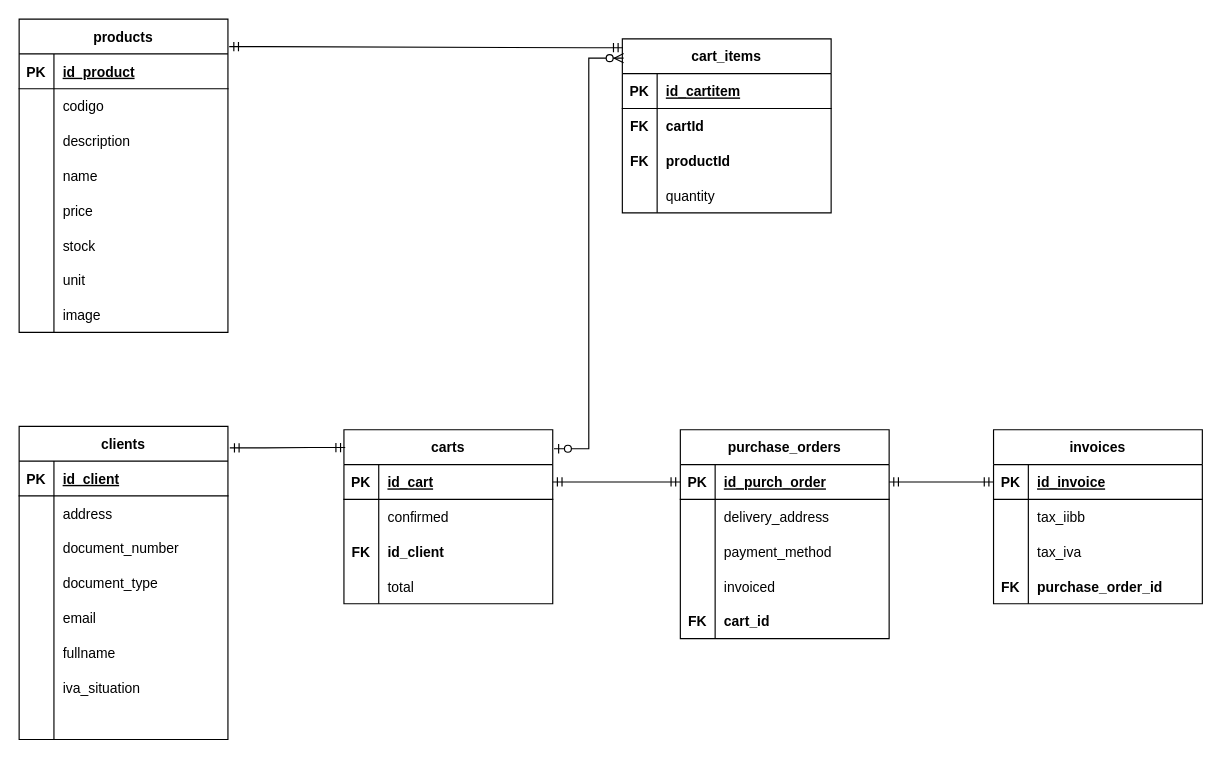
Earlier version of the draw.io diagram schema.drawio (Iwinslow/springEcommerce). Source tidied: cells renumbered, new cells numbered last; positions are measured from the earlier drawing's top-left corner, leaving out a move shared by most shapes. Both pictures are drawn from the tidied source at 116%, with x=0, y=0 at pixel (19, 19).
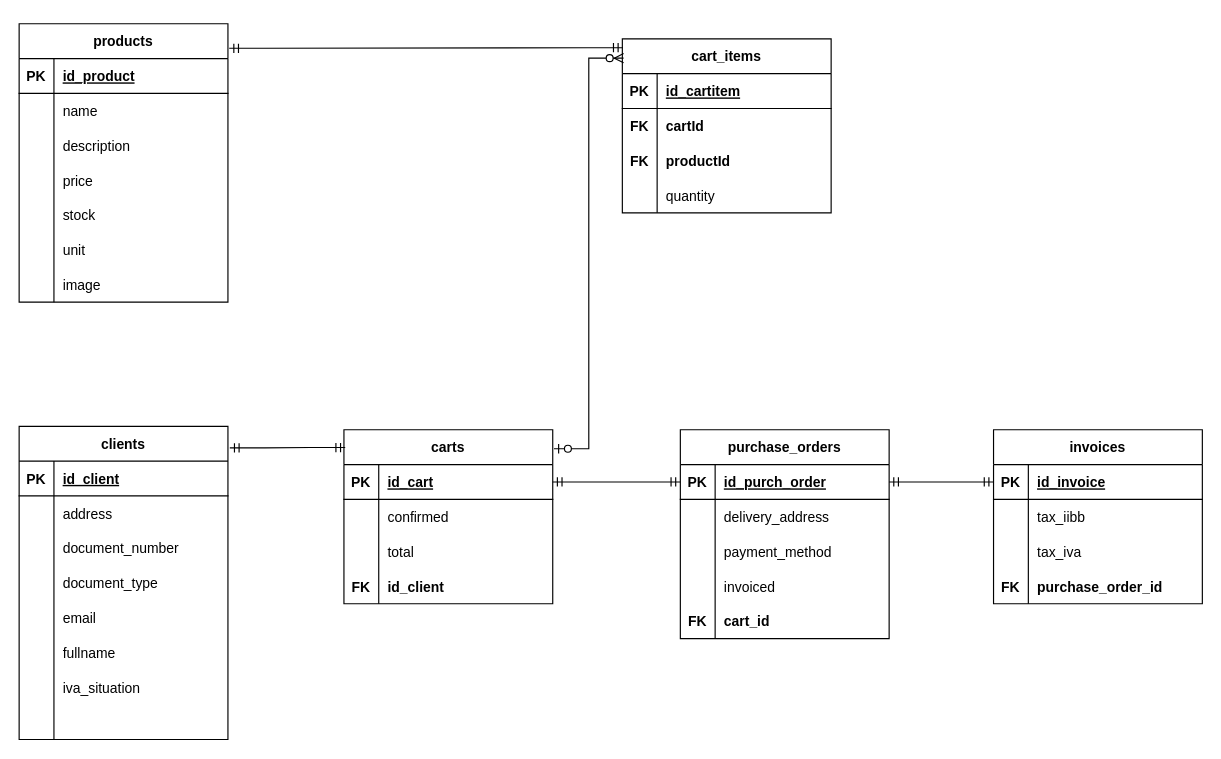
The same diagram, later.

The change refers to these unchanged cells:
```xml
<mxCell id="59" style="shape=tableRow;horizontal=0;startSize=0;swimlaneHead=0;swimlaneBody=0;fillColor=none;top=0;left=0;right=0;bottom=0;" parent="52" vertex="1">
  <mxGeometry y="90" width="180" height="30" as="geometry" />
</mxCell>
<mxCell id="62" style="shape=tableRow;horizontal=0;startSize=0;swimlaneHead=0;swimlaneBody=0;fillColor=none;top=0;left=0;right=0;bottom=0;" parent="52" vertex="1">
  <mxGeometry y="120" width="180" height="30" as="geometry" />
</mxCell>
```

Diff of the diagram source:
```diff
@@
     <mxCell id="2" value="products" style="shape=table;startSize=30;childLayout=tableLayout;rowLines=0;fontStyle=1;align=center;" parent="1" vertex="1">
-      <mxGeometry width="180" height="270" as="geometry" />
+      <mxGeometry y="4" width="180" height="240" as="geometry" />
     </mxCell>
@@
-    <mxCell id="6" style="shape=tableRow;horizontal=0;startSize=0;swimlaneHead=0;swimlaneBody=0;fillColor=none;top=0;left=0;right=0;bottom=0;" parent="2" vertex="1">
-      <mxGeometry y="60" width="180" height="30" as="geometry" />
-    </mxCell>
-    <mxCell id="7" style="shape=partialRectangle;fillColor=none;top=0;left=0;bottom=0;right=0;overflow=hidden;" parent="6" vertex="1">
-      <mxGeometry width="30" height="30" as="geometry" />
-    </mxCell>
-    <mxCell id="8" value="codigo" style="shape=partialRectangle;fillColor=none;top=0;left=0;bottom=0;right=0;align=left;spacingLeft=6;overflow=hidden;" parent="6" vertex="1">
-      <mxGeometry x="30" width="150" height="30" as="geometry" />
-    </mxCell>
     <mxCell id="9" style="shape=tableRow;horizontal=0;startSize=0;swimlaneHead=0;swimlaneBody=0;fillColor=none;top=0;left=0;right=0;bottom=0;" parent="2" vertex="1">
-      <mxGeometry y="90" width="180" height="30" as="geometry" />
+      <mxGeometry y="60" width="180" height="30" as="geometry" />
     </mxCell>
@@
-    <mxCell id="11" value="description" style="shape=partialRectangle;fillColor=none;top=0;left=0;bottom=0;right=0;align=left;spacingLeft=6;overflow=hidden;" parent="9" vertex="1">
+    <mxCell id="11" value="name" style="shape=partialRectangle;fillColor=none;top=0;left=0;bottom=0;right=0;align=left;spacingLeft=6;overflow=hidden;" parent="9" vertex="1">
       <mxGeometry x="30" width="150" height="30" as="geometry" />
     </mxCell>
     <mxCell id="12" style="shape=tableRow;horizontal=0;startSize=0;swimlaneHead=0;swimlaneBody=0;fillColor=none;top=0;left=0;right=0;bottom=0;" parent="2" vertex="1">
-      <mxGeometry y="120" width="180" height="30" as="geometry" />
+      <mxGeometry y="90" width="180" height="30" as="geometry" />
     </mxCell>
@@
-    <mxCell id="14" value="name" style="shape=partialRectangle;fillColor=none;top=0;left=0;bottom=0;right=0;align=left;spacingLeft=6;overflow=hidden;" parent="12" vertex="1">
+    <mxCell id="14" value="description" style="shape=partialRectangle;fillColor=none;top=0;left=0;bottom=0;right=0;align=left;spacingLeft=6;overflow=hidden;" parent="12" vertex="1">
       <mxGeometry x="30" width="150" height="30" as="geometry" />
     </mxCell>
     <mxCell id="15" style="shape=tableRow;horizontal=0;startSize=0;swimlaneHead=0;swimlaneBody=0;fillColor=none;top=0;left=0;right=0;bottom=0;" parent="2" vertex="1">
-      <mxGeometry y="150" width="180" height="30" as="geometry" />
+      <mxGeometry y="120" width="180" height="30" as="geometry" />
     </mxCell>
@@
     <mxCell id="18" style="shape=tableRow;horizontal=0;startSize=0;swimlaneHead=0;swimlaneBody=0;fillColor=none;top=0;left=0;right=0;bottom=0;" parent="2" vertex="1">
-      <mxGeometry y="180" width="180" height="30" as="geometry" />
+      <mxGeometry y="150" width="180" height="30" as="geometry" />
     </mxCell>
@@
     <mxCell id="21" style="shape=tableRow;horizontal=0;startSize=0;swimlaneHead=0;swimlaneBody=0;fillColor=none;top=0;left=0;right=0;bottom=0;" parent="2" vertex="1">
-      <mxGeometry y="210" width="180" height="30" as="geometry" />
+      <mxGeometry y="180" width="180" height="30" as="geometry" />
     </mxCell>
@@
     <mxCell id="24" style="shape=tableRow;horizontal=0;startSize=0;swimlaneHead=0;swimlaneBody=0;fillColor=none;top=0;left=0;right=0;bottom=0;" parent="2" vertex="1">
-      <mxGeometry y="240" width="180" height="30" as="geometry" />
+      <mxGeometry y="210" width="180" height="30" as="geometry" />
     </mxCell>
@@
-    <mxCell id="60" value="FK" style="shape=partialRectangle;fillColor=none;top=0;left=0;bottom=0;right=0;overflow=hidden;fontStyle=1;" parent="59" vertex="1">
+    <mxCell id="60" style="shape=partialRectangle;fillColor=none;top=0;left=0;bottom=0;right=0;overflow=hidden;fontStyle=1;" parent="59" vertex="1">
       <mxGeometry width="30" height="30" as="geometry" />
     </mxCell>
-    <mxCell id="61" value="id_client" style="shape=partialRectangle;fillColor=none;top=0;left=0;bottom=0;right=0;align=left;spacingLeft=6;overflow=hidden;fontStyle=1;" parent="59" vertex="1">
+    <mxCell id="61" value="total" style="shape=partialRectangle;fillColor=none;top=0;left=0;bottom=0;right=0;align=left;spacingLeft=6;overflow=hidden;fontStyle=0;" parent="59" vertex="1">
       <mxGeometry x="30" width="150" height="30" as="geometry" />
     </mxCell>
@@
-    <mxCell id="63" style="shape=partialRectangle;fillColor=none;top=0;left=0;bottom=0;right=0;overflow=hidden;" parent="62" vertex="1">
+    <mxCell id="63" value="FK" style="shape=partialRectangle;fillColor=none;top=0;left=0;bottom=0;right=0;overflow=hidden;fontStyle=1;" parent="62" vertex="1">
       <mxGeometry width="30" height="30" as="geometry" />
     </mxCell>
-    <mxCell id="64" value="total" style="shape=partialRectangle;fillColor=none;top=0;left=0;bottom=0;right=0;align=left;spacingLeft=6;overflow=hidden;" parent="62" vertex="1">
+    <mxCell id="64" value="id_client" style="shape=partialRectangle;fillColor=none;top=0;left=0;bottom=0;right=0;align=left;spacingLeft=6;overflow=hidden;fontStyle=1;" parent="62" vertex="1">
       <mxGeometry x="30" width="150" height="30" as="geometry" />
     </mxCell>
```
